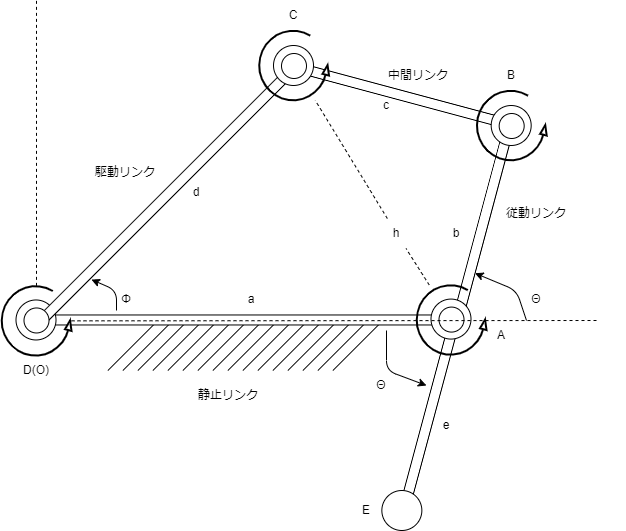
The draw.io diagram doc/4節リンクのプログラムを検討3.drawio.png in kumaxxp/SimpleLinkages, before a commit. Source tidied: cells renumbered, new cells last; positions are measured from the earlier drawing's top-left corner, leaving out a move shared by most shapes. Its diagram source:
```xml
<mxGraphModel>
  <root>
    <mxCell id="0" />
    <mxCell id="1" parent="0" />
    <mxCell id="2" style="rounded=0;whiteSpace=wrap;html=1;rotation=-255;" parent="1" vertex="1">
      <mxGeometry x="342.5" y="410" width="200.5" height="10" as="geometry" />
    </mxCell>
    <mxCell id="3" style="group;" parent="1" vertex="1">
      <mxGeometry x="121.4" y="320" width="275" height="50" as="geometry" />
    </mxCell>
    <mxCell id="4" style="endArrow=none;html=1;" parent="3" edge="1">
      <mxGeometry relative="1" as="geometry">
        <mxPoint y="50" as="sourcePoint" />
        <mxPoint x="50" as="targetPoint" />
      </mxGeometry>
    </mxCell>
    <mxCell id="5" style="endArrow=none;html=1;" parent="3" edge="1">
      <mxGeometry relative="1" as="geometry">
        <mxPoint x="15" y="50" as="sourcePoint" />
        <mxPoint x="65" as="targetPoint" />
      </mxGeometry>
    </mxCell>
    <mxCell id="6" style="endArrow=none;html=1;" parent="3" edge="1">
      <mxGeometry relative="1" as="geometry">
        <mxPoint x="30" y="50" as="sourcePoint" />
        <mxPoint x="80" as="targetPoint" />
      </mxGeometry>
    </mxCell>
    <mxCell id="7" style="endArrow=none;html=1;" parent="3" edge="1">
      <mxGeometry relative="1" as="geometry">
        <mxPoint x="45" y="50" as="sourcePoint" />
        <mxPoint x="95" as="targetPoint" />
      </mxGeometry>
    </mxCell>
    <mxCell id="8" style="endArrow=none;html=1;" parent="3" edge="1">
      <mxGeometry relative="1" as="geometry">
        <mxPoint x="60" y="50" as="sourcePoint" />
        <mxPoint x="110" as="targetPoint" />
      </mxGeometry>
    </mxCell>
    <mxCell id="9" style="endArrow=none;html=1;" parent="3" edge="1">
      <mxGeometry relative="1" as="geometry">
        <mxPoint x="75" y="50" as="sourcePoint" />
        <mxPoint x="125" as="targetPoint" />
      </mxGeometry>
    </mxCell>
    <mxCell id="10" style="endArrow=none;html=1;" parent="3" edge="1">
      <mxGeometry relative="1" as="geometry">
        <mxPoint x="90" y="50" as="sourcePoint" />
        <mxPoint x="140" as="targetPoint" />
      </mxGeometry>
    </mxCell>
    <mxCell id="11" style="endArrow=none;html=1;" parent="3" edge="1">
      <mxGeometry relative="1" as="geometry">
        <mxPoint x="105" y="50" as="sourcePoint" />
        <mxPoint x="155" as="targetPoint" />
      </mxGeometry>
    </mxCell>
    <mxCell id="12" style="endArrow=none;html=1;" parent="3" edge="1">
      <mxGeometry relative="1" as="geometry">
        <mxPoint x="120" y="50" as="sourcePoint" />
        <mxPoint x="170" as="targetPoint" />
      </mxGeometry>
    </mxCell>
    <mxCell id="13" style="endArrow=none;html=1;" parent="3" edge="1">
      <mxGeometry relative="1" as="geometry">
        <mxPoint x="135" y="50" as="sourcePoint" />
        <mxPoint x="185" as="targetPoint" />
      </mxGeometry>
    </mxCell>
    <mxCell id="14" style="endArrow=none;html=1;" parent="3" edge="1">
      <mxGeometry relative="1" as="geometry">
        <mxPoint x="150" y="50" as="sourcePoint" />
        <mxPoint x="200" as="targetPoint" />
      </mxGeometry>
    </mxCell>
    <mxCell id="15" style="endArrow=none;html=1;" parent="3" edge="1">
      <mxGeometry relative="1" as="geometry">
        <mxPoint x="165" y="50" as="sourcePoint" />
        <mxPoint x="215" as="targetPoint" />
      </mxGeometry>
    </mxCell>
    <mxCell id="16" style="endArrow=none;html=1;" parent="3" edge="1">
      <mxGeometry relative="1" as="geometry">
        <mxPoint x="180" y="50" as="sourcePoint" />
        <mxPoint x="230" as="targetPoint" />
      </mxGeometry>
    </mxCell>
    <mxCell id="17" style="endArrow=none;html=1;" parent="3" edge="1">
      <mxGeometry relative="1" as="geometry">
        <mxPoint x="195" y="50" as="sourcePoint" />
        <mxPoint x="245" as="targetPoint" />
      </mxGeometry>
    </mxCell>
    <mxCell id="18" style="endArrow=none;html=1;" parent="3" edge="1">
      <mxGeometry relative="1" as="geometry">
        <mxPoint x="210" y="50" as="sourcePoint" />
        <mxPoint x="260" as="targetPoint" />
      </mxGeometry>
    </mxCell>
    <mxCell id="19" style="endArrow=none;html=1;" parent="3" edge="1">
      <mxGeometry relative="1" as="geometry">
        <mxPoint x="225" y="50" as="sourcePoint" />
        <mxPoint x="275" as="targetPoint" />
      </mxGeometry>
    </mxCell>
    <mxCell id="20" style="rounded=0;whiteSpace=wrap;html=1;rotation=-255;" parent="1" vertex="1">
      <mxGeometry x="396.4" y="218" width="200.5" height="10" as="geometry" />
    </mxCell>
    <mxCell id="21" style="group;" parent="1" vertex="1">
      <mxGeometry x="29.5" y="299.5" width="470.5" height="40" as="geometry" />
    </mxCell>
    <mxCell id="22" style="rounded=0;whiteSpace=wrap;html=1;" parent="21" vertex="1">
      <mxGeometry x="29.4" y="15" width="411.7" height="10" as="geometry" />
    </mxCell>
    <mxCell id="23" style="ellipse;whiteSpace=wrap;html=1;" parent="21" vertex="1">
      <mxGeometry width="40" height="40" as="geometry" />
    </mxCell>
    <mxCell id="24" value="a" style="text;html=1;strokeColor=none;fillColor=none;align=center;verticalAlign=middle;whiteSpace=wrap;rounded=0;" parent="21" vertex="1">
      <mxGeometry x="205.2" y="-15" width="60" height="30" as="geometry" />
    </mxCell>
    <mxCell id="25" value="Φ" style="text;html=1;strokeColor=none;fillColor=none;align=center;verticalAlign=middle;whiteSpace=wrap;rounded=0;" parent="21" vertex="1">
      <mxGeometry x="80.5" y="-15" width="60" height="30" as="geometry" />
    </mxCell>
    <mxCell id="26" style="rounded=0;whiteSpace=wrap;html=1;rotation=-225;" parent="1" vertex="1">
      <mxGeometry y="187.5" width="365" height="10" as="geometry" />
    </mxCell>
    <mxCell id="27" style="ellipse;whiteSpace=wrap;html=1;rotation=40;" parent="1" vertex="1">
      <mxGeometry x="37.5" y="307.5" width="25" height="25" as="geometry" />
    </mxCell>
    <mxCell id="28" style="verticalLabelPosition=bottom;html=1;verticalAlign=top;strokeWidth=2;shape=mxgraph.lean_mapping.physical_pull;" parent="1" vertex="1">
      <mxGeometry x="15" y="285.4" width="70" height="70" as="geometry" />
    </mxCell>
    <mxCell id="29" style="rounded=0;whiteSpace=wrap;html=1;rotation=-165;" parent="1" vertex="1">
      <mxGeometry x="302.9" y="90" width="225" height="10" as="geometry" />
    </mxCell>
    <mxCell id="30" style="ellipse;whiteSpace=wrap;html=1;" parent="1" vertex="1">
      <mxGeometry x="287" y="45" width="40" height="40" as="geometry" />
    </mxCell>
    <mxCell id="31" style="ellipse;whiteSpace=wrap;html=1;rotation=40;" parent="1" vertex="1">
      <mxGeometry x="295" y="53" width="25" height="25" as="geometry" />
    </mxCell>
    <mxCell id="32" style="verticalLabelPosition=bottom;html=1;verticalAlign=top;strokeWidth=2;shape=mxgraph.lean_mapping.physical_pull;" parent="1" vertex="1">
      <mxGeometry x="272.5" y="30" width="70" height="70" as="geometry" />
    </mxCell>
    <mxCell id="33" style="ellipse;whiteSpace=wrap;html=1;" parent="1" vertex="1">
      <mxGeometry x="504.7" y="105" width="40" height="40" as="geometry" />
    </mxCell>
    <mxCell id="34" style="ellipse;whiteSpace=wrap;html=1;rotation=40;" parent="1" vertex="1">
      <mxGeometry x="512.7" y="113" width="25" height="25" as="geometry" />
    </mxCell>
    <mxCell id="35" style="verticalLabelPosition=bottom;html=1;verticalAlign=top;strokeWidth=2;shape=mxgraph.lean_mapping.physical_pull;" parent="1" vertex="1">
      <mxGeometry x="490.2" y="90" width="70" height="70" as="geometry" />
    </mxCell>
    <mxCell id="36" style="ellipse;whiteSpace=wrap;html=1;" parent="1" vertex="1">
      <mxGeometry x="444.5" y="298.6" width="40" height="40" as="geometry" />
    </mxCell>
    <mxCell id="37" style="ellipse;whiteSpace=wrap;html=1;rotation=40;" parent="1" vertex="1">
      <mxGeometry x="452.5" y="306.6" width="25" height="25" as="geometry" />
    </mxCell>
    <mxCell id="38" style="verticalLabelPosition=bottom;html=1;verticalAlign=top;strokeWidth=2;shape=mxgraph.lean_mapping.physical_pull;" parent="1" vertex="1">
      <mxGeometry x="430" y="284.5" width="70" height="70" as="geometry" />
    </mxCell>
    <mxCell id="39" value="静止リンク" style="text;html=1;strokeColor=none;fillColor=none;align=center;verticalAlign=middle;whiteSpace=wrap;rounded=0;" parent="1" vertex="1">
      <mxGeometry x="152.5" y="380" width="177.5" height="30" as="geometry" />
    </mxCell>
    <mxCell id="40" value="駆動リンク" style="text;html=1;strokeColor=none;fillColor=none;align=center;verticalAlign=middle;whiteSpace=wrap;rounded=0;" parent="1" vertex="1">
      <mxGeometry x="50" y="157.5" width="177.5" height="30" as="geometry" />
    </mxCell>
    <mxCell id="41" value="従動リンク" style="text;html=1;strokeColor=none;fillColor=none;align=center;verticalAlign=middle;whiteSpace=wrap;rounded=0;" parent="1" vertex="1">
      <mxGeometry x="461.2" y="198" width="177.5" height="30" as="geometry" />
    </mxCell>
    <mxCell id="42" value="中間リンク" style="text;html=1;strokeColor=none;fillColor=none;align=center;verticalAlign=middle;whiteSpace=wrap;rounded=0;" parent="1" vertex="1">
      <mxGeometry x="342.5" y="60" width="177.5" height="30" as="geometry" />
    </mxCell>
    <mxCell id="43" style="endArrow=none;dashed=1;html=1;" parent="1" edge="1" source="28">
      <mxGeometry relative="1" as="geometry">
        <mxPoint x="50" as="targetPoint" />
      </mxGeometry>
    </mxCell>
    <mxCell id="44" style="endArrow=none;dashed=1;html=1;" parent="1" edge="1" source="28">
      <mxGeometry relative="1" as="geometry">
        <mxPoint x="610" y="320" as="targetPoint" />
      </mxGeometry>
    </mxCell>
    <mxCell id="45" value="D(O)" style="text;html=1;strokeColor=none;fillColor=none;align=center;verticalAlign=middle;whiteSpace=wrap;rounded=0;" parent="1" vertex="1">
      <mxGeometry x="20" y="355.4" width="60" height="30" as="geometry" />
    </mxCell>
    <mxCell id="46" value="A" style="text;html=1;strokeColor=none;fillColor=none;align=center;verticalAlign=middle;whiteSpace=wrap;rounded=0;" parent="1" vertex="1">
      <mxGeometry x="484.7" y="320" width="60" height="30" as="geometry" />
    </mxCell>
    <mxCell id="47" value="C" style="text;html=1;strokeColor=none;fillColor=none;align=center;verticalAlign=middle;whiteSpace=wrap;rounded=0;" parent="1" vertex="1">
      <mxGeometry x="277" width="60" height="30" as="geometry" />
    </mxCell>
    <mxCell id="48" value="B" style="text;html=1;strokeColor=none;fillColor=none;align=center;verticalAlign=middle;whiteSpace=wrap;rounded=0;" parent="1" vertex="1">
      <mxGeometry x="495.2" y="60" width="60" height="30" as="geometry" />
    </mxCell>
    <mxCell id="49" value="b" style="text;html=1;strokeColor=none;fillColor=none;align=center;verticalAlign=middle;whiteSpace=wrap;rounded=0;" parent="1" vertex="1">
      <mxGeometry x="440" y="218" width="60" height="30" as="geometry" />
    </mxCell>
    <mxCell id="50" value="c" style="text;html=1;strokeColor=none;fillColor=none;align=center;verticalAlign=middle;whiteSpace=wrap;rounded=0;" parent="1" vertex="1">
      <mxGeometry x="370" y="90" width="60" height="30" as="geometry" />
    </mxCell>
    <mxCell id="51" value="d" style="text;html=1;strokeColor=none;fillColor=none;align=center;verticalAlign=middle;whiteSpace=wrap;rounded=0;" parent="1" vertex="1">
      <mxGeometry x="180" y="177.5" width="60" height="30" as="geometry" />
    </mxCell>
    <mxCell id="52" style="endArrow=classic;html=1;entryX=0.818;entryY=-0.139;entryDx=0;entryDy=0;entryPerimeter=0;" parent="1" edge="1" target="26">
      <mxGeometry relative="1" as="geometry">
        <mxPoint x="130" y="310" as="sourcePoint" />
        <Array as="points">
          <mxPoint x="130" y="290" />
        </Array>
      </mxGeometry>
    </mxCell>
    <mxCell id="53" style="endArrow=none;dashed=1;html=1;startArrow=none;" parent="1" edge="1" source="54" target="32">
      <mxGeometry relative="1" as="geometry" />
    </mxCell>
    <mxCell id="54" value="h" style="text;html=1;strokeColor=none;fillColor=none;align=center;verticalAlign=middle;whiteSpace=wrap;rounded=0;" parent="1" vertex="1">
      <mxGeometry x="380" y="218" width="60" height="30" as="geometry" />
    </mxCell>
    <mxCell id="55" style="endArrow=none;dashed=1;html=1;" parent="1" edge="1" source="38" target="54">
      <mxGeometry relative="1" as="geometry" />
    </mxCell>
    <mxCell id="56" style="endArrow=classic;html=1;entryX=0.75;entryY=0;entryDx=0;entryDy=0;" parent="1" edge="1" target="20">
      <mxGeometry relative="1" as="geometry">
        <mxPoint x="540" y="320" as="sourcePoint" />
        <Array as="points">
          <mxPoint x="530" y="290" />
        </Array>
      </mxGeometry>
    </mxCell>
    <mxCell id="57" value="Θ" style="text;html=1;strokeColor=none;fillColor=none;align=center;verticalAlign=middle;whiteSpace=wrap;rounded=0;" parent="1" vertex="1">
      <mxGeometry x="520" y="284.5" width="60" height="30" as="geometry" />
    </mxCell>
    <mxCell id="58" style="ellipse;whiteSpace=wrap;html=1;" parent="1" vertex="1">
      <mxGeometry x="395.4" y="490" width="40" height="40" as="geometry" />
    </mxCell>
    <mxCell id="59" style="endArrow=classic;html=1;" parent="1" edge="1">
      <mxGeometry relative="1" as="geometry">
        <mxPoint x="400" y="330" as="sourcePoint" />
        <mxPoint x="440" y="385" as="targetPoint" />
        <Array as="points">
          <mxPoint x="400" y="370" />
        </Array>
      </mxGeometry>
    </mxCell>
    <mxCell id="60" value="Θ" style="text;html=1;strokeColor=none;fillColor=none;align=center;verticalAlign=middle;whiteSpace=wrap;rounded=0;" parent="1" vertex="1">
      <mxGeometry x="365" y="370" width="60" height="30" as="geometry" />
    </mxCell>
    <mxCell id="61" value="e" style="text;html=1;strokeColor=none;fillColor=none;align=center;verticalAlign=middle;whiteSpace=wrap;rounded=0;" parent="1" vertex="1">
      <mxGeometry x="430.2" y="410" width="60" height="30" as="geometry" />
    </mxCell>
    <mxCell id="62" value="E" style="text;html=1;strokeColor=none;fillColor=none;align=center;verticalAlign=middle;whiteSpace=wrap;rounded=0;" parent="1" vertex="1">
      <mxGeometry x="350" y="495" width="60" height="30" as="geometry" />
    </mxCell>
  </root>
</mxGraphModel>
```
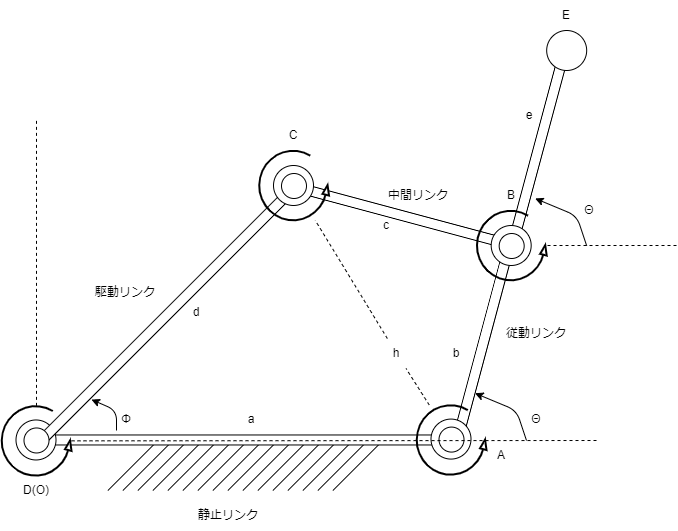
The same file after the commit.

Change to the diagram source:
```diff
@@ -3,7 +3,7 @@
     <mxCell id="0" />
     <mxCell id="1" parent="0" />
     <mxCell id="2" style="rounded=0;whiteSpace=wrap;html=1;rotation=-255;" parent="1" vertex="1">
-      <mxGeometry x="342.5" y="410" width="200.5" height="10" as="geometry" />
+      <mxGeometry x="452.5" y="20" width="200.5" height="10" as="geometry" />
     </mxCell>
     <mxCell id="3" style="group;" parent="1" vertex="1">
       <mxGeometry x="121.4" y="320" width="275" height="50" as="geometry" />
@@ -233,25 +233,30 @@
       <mxGeometry x="520" y="284.5" width="60" height="30" as="geometry" />
     </mxCell>
     <mxCell id="58" style="ellipse;whiteSpace=wrap;html=1;" parent="1" vertex="1">
-      <mxGeometry x="395.4" y="490" width="40" height="40" as="geometry" />
+      <mxGeometry x="560.2" y="-90" width="40" height="40" as="geometry" />
     </mxCell>
-    <mxCell id="59" style="endArrow=classic;html=1;" parent="1" edge="1">
-      <mxGeometry relative="1" as="geometry">
-        <mxPoint x="400" y="330" as="sourcePoint" />
-        <mxPoint x="440" y="385" as="targetPoint" />
-        <Array as="points">
-          <mxPoint x="400" y="370" />
-        </Array>
-      </mxGeometry>
-    </mxCell>
     <mxCell id="60" value="Θ" style="text;html=1;strokeColor=none;fillColor=none;align=center;verticalAlign=middle;whiteSpace=wrap;rounded=0;" parent="1" vertex="1">
-      <mxGeometry x="365" y="370" width="60" height="30" as="geometry" />
+      <mxGeometry x="572.7" y="75" width="60" height="30" as="geometry" />
     </mxCell>
     <mxCell id="61" value="e" style="text;html=1;strokeColor=none;fillColor=none;align=center;verticalAlign=middle;whiteSpace=wrap;rounded=0;" parent="1" vertex="1">
-      <mxGeometry x="430.2" y="410" width="60" height="30" as="geometry" />
+      <mxGeometry x="512.7" y="-20" width="60" height="30" as="geometry" />
     </mxCell>
     <mxCell id="62" value="E" style="text;html=1;strokeColor=none;fillColor=none;align=center;verticalAlign=middle;whiteSpace=wrap;rounded=0;" parent="1" vertex="1">
-      <mxGeometry x="350" y="495" width="60" height="30" as="geometry" />
+      <mxGeometry x="550.2" y="-120" width="60" height="30" as="geometry" />
     </mxCell>
+    <mxCell id="63" style="endArrow=none;dashed=1;html=1;" parent="1" edge="1" target="35">
+      <mxGeometry relative="1" as="geometry">
+        <mxPoint x="690" y="125" as="sourcePoint" />
+      </mxGeometry>
+    </mxCell>
+    <mxCell id="64" style="endArrow=classic;html=1;entryX=0.75;entryY=0;entryDx=0;entryDy=0;" parent="1" edge="1">
+      <mxGeometry relative="1" as="geometry">
+        <mxPoint x="600.2" y="125.3" as="sourcePoint" />
+        <mxPoint x="548.7" y="78" as="targetPoint" />
+        <Array as="points">
+          <mxPoint x="590.2" y="95.3" />
+        </Array>
+      </mxGeometry>
+    </mxCell>
   </root>
 </mxGraphModel>
```
